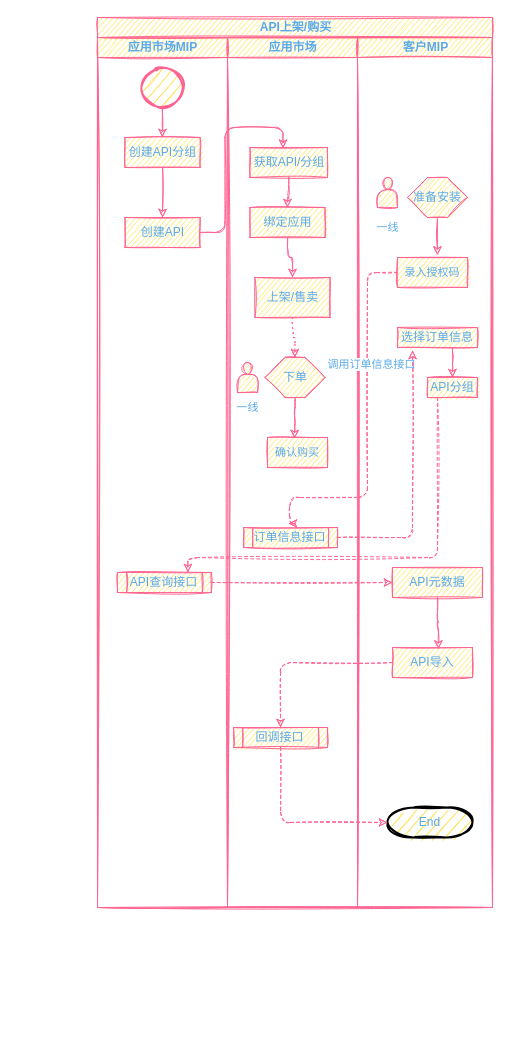
The draw.io diagram draw/mingyuan/应用市场对接.drawio in Gamain/diagrams, before the edit. Source tidied: cells renumbered, new cells numbered last; positions are measured from the earlier drawing's top-left corner, leaving out a move shared by most shapes. Both pictures are drawn from the tidied source at 100%, with x=0, y=0 at pixel (97, 17).
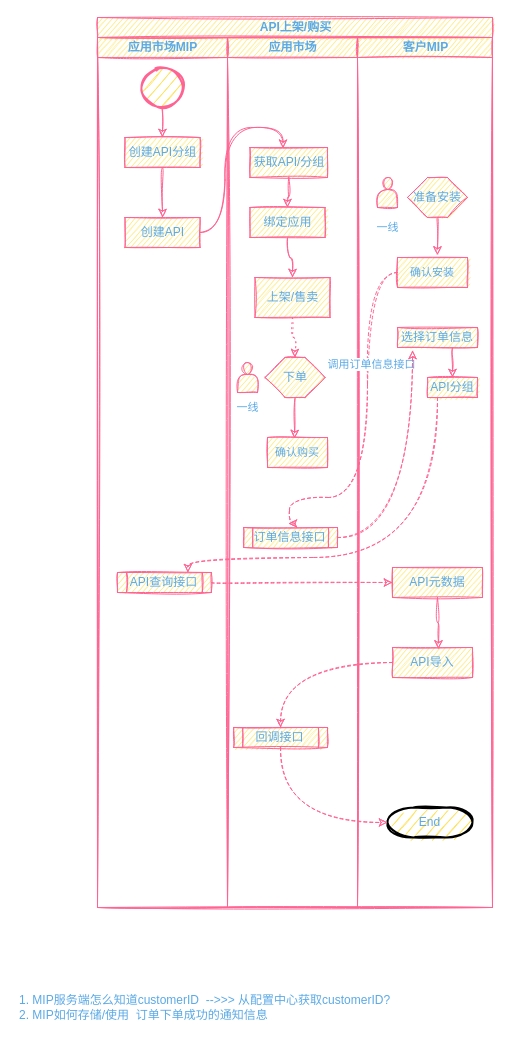
Above is the later version.

Commit message:
更新应用市场对接.drawio

The edit, as a diff of the source:
```diff
@@
-    <mxCell id="2" value="API上架/购买" style="swimlane;startSize=20;sketch=1;fontColor=#5AA9E6;strokeColor=#FF6392;fillColor=#FFE45E;html=1;" parent="1" vertex="1">
+    <mxCell id="2" value="API上架/购买" style="swimlane;startSize=20;fontColor=#5AA9E6;strokeColor=#FF6392;fillColor=#FFE45E;html=1;sketch=1;" parent="1" vertex="1">
       <mxGeometry width="395" height="890" as="geometry" />
     </mxCell>
-    <mxCell id="3" value="应用市场MIP" style="swimlane;startSize=20;sketch=1;fontColor=#5AA9E6;strokeColor=#FF6392;fillColor=#FFE45E;html=1;swimlaneFillColor=none;" parent="2" vertex="1">
+    <mxCell id="3" value="应用市场MIP" style="swimlane;startSize=20;fontColor=#5AA9E6;strokeColor=#FF6392;fillColor=#FFE45E;html=1;swimlaneFillColor=none;sketch=1;" parent="2" vertex="1">
       <mxGeometry y="20" width="130" height="870" as="geometry" />
     </mxCell>
-    <mxCell id="4" style="edgeStyle=orthogonalEdgeStyle;curved=0;rounded=1;sketch=1;jettySize=auto;html=1;exitX=0.5;exitY=1;exitDx=0;exitDy=0;exitPerimeter=0;entryX=0.5;entryY=0;entryDx=0;entryDy=0;fontColor=#5AA9E6;startSize=20;strokeColor=#FF6392;fillColor=#FFE45E;" parent="3" edge="1" source="5" target="7">
+    <mxCell id="4" style="edgeStyle=orthogonalEdgeStyle;jettySize=auto;html=1;exitX=0.5;exitY=1;exitDx=0;exitDy=0;exitPerimeter=0;entryX=0.5;entryY=0;entryDx=0;entryDy=0;fontColor=#5AA9E6;startSize=20;strokeColor=#FF6392;fillColor=#FFE45E;sketch=1;curved=1;" parent="3" edge="1" source="5" target="7">
       <mxGeometry relative="1" as="geometry" />
     </mxCell>
-    <mxCell id="5" style="strokeWidth=2;html=1;shape=mxgraph.flowchart.start_2;whiteSpace=wrap;sketch=1;fontColor=#5AA9E6;startSize=20;fillColor=#FFE45E;strokeColor=#FF6392;" parent="3" vertex="1">
+    <mxCell id="5" style="strokeWidth=2;html=1;shape=mxgraph.flowchart.start_2;whiteSpace=wrap;fontColor=#5AA9E6;startSize=20;fillColor=#FFE45E;strokeColor=#FF6392;sketch=1;" parent="3" vertex="1">
       <mxGeometry x="42.5" y="30" width="45" height="40" as="geometry" />
     </mxCell>
-    <mxCell id="6" style="edgeStyle=orthogonalEdgeStyle;curved=0;rounded=1;sketch=1;jettySize=auto;html=1;entryX=0.5;entryY=0;entryDx=0;entryDy=0;fontColor=#5AA9E6;startSize=20;strokeColor=#FF6392;fillColor=#FFE45E;" parent="3" edge="1" source="7" target="8">
+    <mxCell id="6" style="edgeStyle=orthogonalEdgeStyle;jettySize=auto;html=1;entryX=0.5;entryY=0;entryDx=0;entryDy=0;fontColor=#5AA9E6;startSize=20;strokeColor=#FF6392;fillColor=#FFE45E;sketch=1;curved=1;" parent="3" edge="1" source="7" target="8">
       <mxGeometry relative="1" as="geometry" />
     </mxCell>
-    <mxCell id="7" value="创建API分组" style="whiteSpace=wrap;html=1;sketch=1;fontColor=#5AA9E6;startSize=20;strokeColor=#FF6392;fillColor=#FFE45E;" parent="3" vertex="1">
+    <mxCell id="7" value="创建API分组" style="whiteSpace=wrap;html=1;fontColor=#5AA9E6;startSize=20;strokeColor=#FF6392;fillColor=#FFE45E;sketch=1;" parent="3" vertex="1">
       <mxGeometry x="27.5" y="100" width="75" height="30" as="geometry" />
     </mxCell>
-    <mxCell id="8" value="创建API" style="whiteSpace=wrap;html=1;sketch=1;fontColor=#5AA9E6;startSize=20;strokeColor=#FF6392;fillColor=#FFE45E;" parent="3" vertex="1">
+    <mxCell id="8" value="创建API" style="whiteSpace=wrap;html=1;fontColor=#5AA9E6;startSize=20;strokeColor=#FF6392;fillColor=#FFE45E;sketch=1;" parent="3" vertex="1">
       <mxGeometry x="27.5" y="180" width="75" height="30" as="geometry" />
     </mxCell>
-    <mxCell id="9" value="API查询接口" style="shape=process;whiteSpace=wrap;html=1;backgroundOutline=1;rounded=0;sketch=1;fontColor=#5AA9E6;strokeColor=#FF6392;fillColor=#FFE45E;" parent="3" vertex="1">
+    <mxCell id="9" value="API查询接口" style="shape=process;whiteSpace=wrap;html=1;backgroundOutline=1;fontColor=#5AA9E6;strokeColor=#FF6392;fillColor=#FFE45E;sketch=1;" parent="3" vertex="1">
       <mxGeometry x="20" y="535" width="93.8" height="20" as="geometry" />
     </mxCell>
-    <mxCell id="10" value="应用市场" style="swimlane;startSize=20;sketch=1;fontColor=#5AA9E6;strokeColor=#FF6392;fillColor=#FFE45E;html=1;" parent="2" vertex="1">
+    <mxCell id="10" value="应用市场" style="swimlane;startSize=20;fontColor=#5AA9E6;strokeColor=#FF6392;fillColor=#FFE45E;html=1;sketch=1;" parent="2" vertex="1">
       <mxGeometry x="130" y="20" width="130" height="870" as="geometry" />
     </mxCell>
-    <mxCell id="11" style="edgeStyle=orthogonalEdgeStyle;curved=0;rounded=1;sketch=1;jettySize=auto;html=1;entryX=0.5;entryY=0;entryDx=0;entryDy=0;fontColor=#5AA9E6;startSize=20;strokeColor=#FF6392;fillColor=#FFE45E;" parent="10" edge="1" source="12" target="14">
+    <mxCell id="11" style="edgeStyle=orthogonalEdgeStyle;jettySize=auto;html=1;entryX=0.5;entryY=0;entryDx=0;entryDy=0;fontColor=#5AA9E6;startSize=20;strokeColor=#FF6392;fillColor=#FFE45E;sketch=1;curved=1;" parent="10" edge="1" source="12" target="14">
       <mxGeometry relative="1" as="geometry" />
     </mxCell>
-    <mxCell id="12" value="获取API/分组" style="whiteSpace=wrap;html=1;sketch=1;fontColor=#5AA9E6;startSize=20;strokeColor=#FF6392;fillColor=#FFE45E;" parent="10" vertex="1">
+    <mxCell id="12" value="获取API/分组" style="whiteSpace=wrap;html=1;fontColor=#5AA9E6;startSize=20;strokeColor=#FF6392;fillColor=#FFE45E;sketch=1;" parent="10" vertex="1">
       <mxGeometry x="22.5" y="110" width="77.5" height="30" as="geometry" />
     </mxCell>
-    <mxCell id="13" style="edgeStyle=orthogonalEdgeStyle;curved=0;rounded=1;sketch=1;jettySize=auto;html=1;entryX=0.5;entryY=0;entryDx=0;entryDy=0;fontColor=#5AA9E6;startSize=20;strokeColor=#FF6392;fillColor=#FFE45E;" parent="10" edge="1" source="14" target="16">
+    <mxCell id="13" style="edgeStyle=orthogonalEdgeStyle;jettySize=auto;html=1;entryX=0.5;entryY=0;entryDx=0;entryDy=0;fontColor=#5AA9E6;startSize=20;strokeColor=#FF6392;fillColor=#FFE45E;sketch=1;curved=1;" parent="10" edge="1" source="14" target="16">
       <mxGeometry relative="1" as="geometry" />
     </mxCell>
-    <mxCell id="14" value="绑定应用" style="whiteSpace=wrap;html=1;sketch=1;fontColor=#5AA9E6;startSize=20;strokeColor=#FF6392;fillColor=#FFE45E;" parent="10" vertex="1">
+    <mxCell id="14" value="绑定应用" style="whiteSpace=wrap;html=1;fontColor=#5AA9E6;startSize=20;strokeColor=#FF6392;fillColor=#FFE45E;sketch=1;" parent="10" vertex="1">
       <mxGeometry x="22.5" y="170" width="75" height="30" as="geometry" />
     </mxCell>
-    <mxCell id="15" style="edgeStyle=orthogonalEdgeStyle;curved=0;rounded=1;sketch=1;jettySize=auto;html=1;entryX=0.5;entryY=0;entryDx=0;entryDy=0;fontSize=11;fontColor=#5AA9E6;startSize=20;strokeColor=#FF6392;fillColor=#FFE45E;dashed=1;dashPattern=1 4;" parent="10" edge="1" source="16" target="18">
+    <mxCell id="15" style="edgeStyle=orthogonalEdgeStyle;jettySize=auto;html=1;entryX=0.5;entryY=0;entryDx=0;entryDy=0;fontSize=11;fontColor=#5AA9E6;startSize=20;strokeColor=#FF6392;fillColor=#FFE45E;dashed=1;dashPattern=1 4;sketch=1;curved=1;" parent="10" edge="1" source="16" target="18">
       <mxGeometry relative="1" as="geometry" />
     </mxCell>
-    <mxCell id="16" value="上架/售卖" style="whiteSpace=wrap;html=1;sketch=1;fontColor=#5AA9E6;startSize=20;strokeColor=#FF6392;fillColor=#FFE45E;" parent="10" vertex="1">
+    <mxCell id="16" value="上架/售卖" style="whiteSpace=wrap;html=1;fontColor=#5AA9E6;startSize=20;strokeColor=#FF6392;fillColor=#FFE45E;sketch=1;" parent="10" vertex="1">
       <mxGeometry x="27.5" y="240" width="75" height="40" as="geometry" />
     </mxCell>
-    <mxCell id="17" style="edgeStyle=orthogonalEdgeStyle;curved=0;rounded=1;sketch=1;jettySize=auto;html=1;entryX=0.45;entryY=0.033;entryDx=0;entryDy=0;entryPerimeter=0;fontSize=11;fontColor=#5AA9E6;startSize=20;strokeColor=#FF6392;fillColor=#FFE45E;" parent="10" edge="1" source="18" target="20">
+    <mxCell id="17" style="edgeStyle=orthogonalEdgeStyle;jettySize=auto;html=1;entryX=0.45;entryY=0.033;entryDx=0;entryDy=0;entryPerimeter=0;fontSize=11;fontColor=#5AA9E6;startSize=20;strokeColor=#FF6392;fillColor=#FFE45E;sketch=1;curved=1;" parent="10" edge="1" source="18" target="20">
       <mxGeometry relative="1" as="geometry" />
     </mxCell>
-    <mxCell id="18" value="下单" style="shape=hexagon;perimeter=hexagonPerimeter2;whiteSpace=wrap;html=1;fixedSize=1;sketch=1;fontColor=#5AA9E6;startSize=20;strokeColor=#FF6392;fillColor=#FFE45E;" parent="10" vertex="1">
+    <mxCell id="18" value="下单" style="shape=hexagon;perimeter=hexagonPerimeter2;whiteSpace=wrap;html=1;fixedSize=1;fontColor=#5AA9E6;startSize=20;strokeColor=#FF6392;fillColor=#FFE45E;sketch=1;" parent="10" vertex="1">
       <mxGeometry x="37.5" y="320" width="60" height="40" as="geometry" />
     </mxCell>
-    <mxCell id="19" style="shape=actor;whiteSpace=wrap;html=1;sketch=1;fontColor=#5AA9E6;startSize=20;strokeColor=#FF6392;fillColor=#FFE45E;" parent="10" vertex="1">
+    <mxCell id="19" style="shape=actor;whiteSpace=wrap;html=1;fontColor=#5AA9E6;startSize=20;strokeColor=#FF6392;fillColor=#FFE45E;sketch=1;" parent="10" vertex="1">
       <mxGeometry x="10" y="325" width="20" height="30" as="geometry" />
     </mxCell>
-    <mxCell id="20" value="确认购买" style="whiteSpace=wrap;html=1;sketch=1;fontSize=11;fontColor=#5AA9E6;startSize=20;strokeColor=#FF6392;fillColor=#FFE45E;" parent="10" vertex="1">
+    <mxCell id="20" value="确认购买" style="whiteSpace=wrap;html=1;fontSize=11;fontColor=#5AA9E6;startSize=20;strokeColor=#FF6392;fillColor=#FFE45E;sketch=1;" parent="10" vertex="1">
       <mxGeometry x="40" y="400" width="60" height="30" as="geometry" />
     </mxCell>
-    <mxCell id="21" value="订单信息接口" style="shape=process;whiteSpace=wrap;html=1;backgroundOutline=1;rounded=0;sketch=1;fontColor=#5AA9E6;strokeColor=#FF6392;fillColor=#FFE45E;" parent="10" vertex="1">
+    <mxCell id="21" value="订单信息接口" style="shape=process;whiteSpace=wrap;html=1;backgroundOutline=1;fontColor=#5AA9E6;strokeColor=#FF6392;fillColor=#FFE45E;sketch=1;" parent="10" vertex="1">
       <mxGeometry x="16.2" y="490" width="93.8" height="20" as="geometry" />
     </mxCell>
-    <mxCell id="22" value="回调接口" style="shape=process;whiteSpace=wrap;html=1;backgroundOutline=1;rounded=0;sketch=1;fontColor=#5AA9E6;strokeColor=#FF6392;fillColor=#FFE45E;" parent="10" vertex="1">
+    <mxCell id="22" value="回调接口" style="shape=process;whiteSpace=wrap;html=1;backgroundOutline=1;fontColor=#5AA9E6;strokeColor=#FF6392;fillColor=#FFE45E;sketch=1;" parent="10" vertex="1">
       <mxGeometry x="6.2" y="690" width="93.8" height="20" as="geometry" />
     </mxCell>
-    <mxCell id="23" value="客户MIP" style="swimlane;startSize=20;sketch=1;fontColor=#5AA9E6;strokeColor=#FF6392;fillColor=#FFE45E;html=1;" parent="2" vertex="1">
+    <mxCell id="23" value="客户MIP" style="swimlane;startSize=20;fontColor=#5AA9E6;strokeColor=#FF6392;fillColor=#FFE45E;html=1;sketch=1;" parent="2" vertex="1">
       <mxGeometry x="260" y="20" width="135" height="870" as="geometry" />
     </mxCell>
-    <mxCell id="24" style="shape=actor;whiteSpace=wrap;html=1;sketch=1;fontColor=#5AA9E6;startSize=20;strokeColor=#FF6392;fillColor=#FFE45E;" parent="23" vertex="1">
+    <mxCell id="24" style="shape=actor;whiteSpace=wrap;html=1;fontColor=#5AA9E6;startSize=20;strokeColor=#FF6392;fillColor=#FFE45E;sketch=1;" parent="23" vertex="1">
       <mxGeometry x="20" y="140" width="20" height="30" as="geometry" />
     </mxCell>
-    <mxCell id="25" style="edgeStyle=orthogonalEdgeStyle;curved=0;rounded=1;sketch=1;jettySize=auto;html=1;entryX=0.571;entryY=-0.083;entryDx=0;entryDy=0;entryPerimeter=0;fontSize=11;fontColor=#5AA9E6;startSize=20;strokeColor=#FF6392;fillColor=#FFE45E;" parent="23" edge="1" source="26" target="27">
+    <mxCell id="25" style="edgeStyle=orthogonalEdgeStyle;jettySize=auto;html=1;entryX=0.571;entryY=-0.083;entryDx=0;entryDy=0;entryPerimeter=0;fontSize=11;fontColor=#5AA9E6;startSize=20;strokeColor=#FF6392;fillColor=#FFE45E;sketch=1;curved=1;" parent="23" edge="1" source="26" target="27">
       <mxGeometry relative="1" as="geometry" />
     </mxCell>
-    <mxCell id="26" value="准备安装" style="shape=hexagon;perimeter=hexagonPerimeter2;whiteSpace=wrap;html=1;fixedSize=1;sketch=1;fontColor=#5AA9E6;startSize=20;strokeColor=#FF6392;fillColor=#FFE45E;" parent="23" vertex="1">
+    <mxCell id="26" value="准备安装" style="shape=hexagon;perimeter=hexagonPerimeter2;whiteSpace=wrap;html=1;fixedSize=1;fontColor=#5AA9E6;startSize=20;strokeColor=#FF6392;fillColor=#FFE45E;sketch=1;" parent="23" vertex="1">
       <mxGeometry x="50" y="140" width="60" height="40" as="geometry" />
     </mxCell>
-    <mxCell id="27" value="录入授权码" style="whiteSpace=wrap;html=1;sketch=1;fontSize=11;fontColor=#5AA9E6;startSize=20;strokeColor=#FF6392;fillColor=#FFE45E;" parent="23" vertex="1">
+    <mxCell id="27" value="确认安装" style="whiteSpace=wrap;html=1;fontSize=11;fontColor=#5AA9E6;startSize=20;strokeColor=#FF6392;fillColor=#FFE45E;sketch=1;" parent="23" vertex="1">
       <mxGeometry x="40" y="220" width="70" height="30" as="geometry" />
     </mxCell>
-    <mxCell id="28" style="edgeStyle=orthogonalEdgeStyle;curved=0;rounded=1;sketch=1;jettySize=auto;html=1;entryX=0.5;entryY=0;entryDx=0;entryDy=0;fontColor=#5AA9E6;strokeColor=#FF6392;fillColor=#FFE45E;" parent="23" edge="1" source="29" target="30">
+    <mxCell id="28" style="edgeStyle=orthogonalEdgeStyle;jettySize=auto;html=1;entryX=0.5;entryY=0;entryDx=0;entryDy=0;fontColor=#5AA9E6;strokeColor=#FF6392;fillColor=#FFE45E;sketch=1;curved=1;" parent="23" edge="1" source="29" target="30">
       <mxGeometry relative="1" as="geometry">
         <Array as="points">
           <mxPoint x="95" y="320" />
           <mxPoint x="95" y="320" />
         </Array>
       </mxGeometry>
     </mxCell>
-    <mxCell id="29" value="选择订单信息" style="whiteSpace=wrap;html=1;rounded=0;sketch=1;fontColor=#5AA9E6;strokeColor=#FF6392;fillColor=#FFE45E;" parent="23" vertex="1">
+    <mxCell id="29" value="选择订单信息" style="whiteSpace=wrap;html=1;fontColor=#5AA9E6;strokeColor=#FF6392;fillColor=#FFE45E;sketch=1;" parent="23" vertex="1">
       <mxGeometry x="40" y="290" width="80" height="20" as="geometry" />
     </mxCell>
-    <mxCell id="30" value="API分组" style="whiteSpace=wrap;html=1;rounded=0;sketch=1;fontColor=#5AA9E6;strokeColor=#FF6392;fillColor=#FFE45E;" parent="23" vertex="1">
+    <mxCell id="30" value="API分组" style="whiteSpace=wrap;html=1;fontColor=#5AA9E6;strokeColor=#FF6392;fillColor=#FFE45E;sketch=1;" parent="23" vertex="1">
       <mxGeometry x="70" y="340" width="50" height="20" as="geometry" />
     </mxCell>
-    <mxCell id="31" style="edgeStyle=orthogonalEdgeStyle;curved=0;rounded=1;sketch=1;jettySize=auto;html=1;entryX=0.575;entryY=0.05;entryDx=0;entryDy=0;entryPerimeter=0;fontColor=#5AA9E6;strokeColor=#FF6392;fillColor=#FFE45E;" parent="23" edge="1" source="32" target="33">
+    <mxCell id="31" style="edgeStyle=orthogonalEdgeStyle;jettySize=auto;html=1;entryX=0.575;entryY=0.05;entryDx=0;entryDy=0;entryPerimeter=0;fontColor=#5AA9E6;strokeColor=#FF6392;fillColor=#FFE45E;sketch=1;curved=1;" parent="23" edge="1" source="32" target="33">
       <mxGeometry relative="1" as="geometry" />
     </mxCell>
-    <mxCell id="32" value="API元数据" style="whiteSpace=wrap;html=1;rounded=0;sketch=1;fontColor=#5AA9E6;strokeColor=#FF6392;fillColor=#FFE45E;" parent="23" vertex="1">
+    <mxCell id="32" value="API元数据" style="whiteSpace=wrap;html=1;fontColor=#5AA9E6;strokeColor=#FF6392;fillColor=#FFE45E;sketch=1;" parent="23" vertex="1">
       <mxGeometry x="35" y="530" width="90" height="30" as="geometry" />
     </mxCell>
-    <mxCell id="33" value="API导入" style="whiteSpace=wrap;html=1;rounded=0;sketch=1;fontColor=#5AA9E6;strokeColor=#FF6392;fillColor=#FFE45E;" parent="23" vertex="1">
+    <mxCell id="33" value="API导入" style="whiteSpace=wrap;html=1;fontColor=#5AA9E6;strokeColor=#FF6392;fillColor=#FFE45E;sketch=1;" parent="23" vertex="1">
       <mxGeometry x="35" y="610" width="80" height="30" as="geometry" />
     </mxCell>
-    <mxCell id="34" value="End" style="strokeWidth=2;html=1;shape=mxgraph.flowchart.terminator;whiteSpace=wrap;rounded=0;sketch=1;fontColor=#5AA9E6;fillColor=#FFE45E;" parent="23" vertex="1">
+    <mxCell id="34" value="End" style="strokeWidth=2;html=1;shape=mxgraph.flowchart.terminator;whiteSpace=wrap;fontColor=#5AA9E6;fillColor=#FFE45E;sketch=1;" parent="23" vertex="1">
       <mxGeometry x="30" y="770" width="85" height="30" as="geometry" />
     </mxCell>
-    <mxCell id="35" style="edgeStyle=orthogonalEdgeStyle;curved=0;rounded=1;sketch=1;jettySize=auto;html=1;entryX=0.427;entryY=0.025;entryDx=0;entryDy=0;entryPerimeter=0;fontColor=#5AA9E6;startSize=20;strokeColor=#FF6392;fillColor=#FFE45E;" parent="2" edge="1" source="8" target="12">
+    <mxCell id="35" style="edgeStyle=orthogonalEdgeStyle;jettySize=auto;html=1;entryX=0.427;entryY=0.025;entryDx=0;entryDy=0;entryPerimeter=0;fontColor=#5AA9E6;startSize=20;strokeColor=#FF6392;fillColor=#FFE45E;sketch=1;curved=1;" parent="2" edge="1" source="8" target="12">
       <mxGeometry relative="1" as="geometry" />
     </mxCell>
-    <mxCell id="36" style="edgeStyle=orthogonalEdgeStyle;curved=0;rounded=1;sketch=1;jettySize=auto;html=1;fontColor=#5AA9E6;strokeColor=#FF6392;fillColor=#FFE45E;entryX=0.477;entryY=-0.2;entryDx=0;entryDy=0;entryPerimeter=0;dashed=1;" parent="2" edge="1" source="27" target="21">
+    <mxCell id="36" style="edgeStyle=orthogonalEdgeStyle;jettySize=auto;html=1;fontColor=#5AA9E6;strokeColor=#FF6392;fillColor=#FFE45E;entryX=0.477;entryY=-0.2;entryDx=0;entryDy=0;entryPerimeter=0;dashed=1;sketch=1;curved=1;" parent="2" edge="1" source="27" target="21">
       <mxGeometry relative="1" as="geometry">
         <Array as="points">
           <mxPoint x="270" y="255" />
           <mxPoint x="270" y="480" />
           <mxPoint x="192" y="480" />
           <mxPoint x="192" y="506" />
         </Array>
       </mxGeometry>
     </mxCell>
-    <mxCell id="37" value="调用订单信息接口" style="edgeLabel;html=1;align=center;verticalAlign=middle;fontColor=#5AA9E6;textDirection=rtl;" parent="36" vertex="1">
+    <mxCell id="37" value="调用订单信息接口" style="edgeLabel;html=1;align=center;verticalAlign=middle;fontColor=#5AA9E6;textDirection=rtl;sketch=1;" parent="36" vertex="1">
       <mxGeometry x="-0.33" y="3" relative="1" as="geometry" />
     </mxCell>
-    <mxCell id="38" style="edgeStyle=orthogonalEdgeStyle;curved=0;rounded=1;sketch=1;jettySize=auto;html=1;fontColor=#5AA9E6;strokeColor=#FF6392;fillColor=#FFE45E;entryX=0.188;entryY=1.15;entryDx=0;entryDy=0;entryPerimeter=0;dashed=1;" parent="2" edge="1" source="21" target="29">
+    <mxCell id="38" style="edgeStyle=orthogonalEdgeStyle;jettySize=auto;html=1;fontColor=#5AA9E6;strokeColor=#FF6392;fillColor=#FFE45E;entryX=0.188;entryY=1.15;entryDx=0;entryDy=0;entryPerimeter=0;dashed=1;sketch=1;curved=1;" parent="2" edge="1" source="21" target="29">
       <mxGeometry relative="1" as="geometry" />
     </mxCell>
-    <mxCell id="39" style="edgeStyle=orthogonalEdgeStyle;curved=0;rounded=1;sketch=1;jettySize=auto;html=1;entryX=0.75;entryY=0;entryDx=0;entryDy=0;fontColor=#5AA9E6;strokeColor=#FF6392;fillColor=#FFE45E;dashed=1;" parent="2" edge="1" source="30" target="9">
+    <mxCell id="39" style="edgeStyle=orthogonalEdgeStyle;jettySize=auto;html=1;entryX=0.75;entryY=0;entryDx=0;entryDy=0;fontColor=#5AA9E6;strokeColor=#FF6392;fillColor=#FFE45E;dashed=1;sketch=1;curved=1;" parent="2" edge="1" source="30" target="9">
       <mxGeometry relative="1" as="geometry">
         <Array as="points">
           <mxPoint x="340" y="540" />
           <mxPoint x="90" y="540" />
         </Array>
       </mxGeometry>
     </mxCell>
-    <mxCell id="40" style="edgeStyle=orthogonalEdgeStyle;curved=0;rounded=1;sketch=1;jettySize=auto;html=1;entryX=0;entryY=0.5;entryDx=0;entryDy=0;dashed=1;fontColor=#5AA9E6;strokeColor=#FF6392;fillColor=#FFE45E;" parent="2" edge="1" source="9" target="32">
+    <mxCell id="40" style="edgeStyle=orthogonalEdgeStyle;jettySize=auto;html=1;entryX=0;entryY=0.5;entryDx=0;entryDy=0;dashed=1;fontColor=#5AA9E6;strokeColor=#FF6392;fillColor=#FFE45E;sketch=1;curved=1;" parent="2" edge="1" source="9" target="32">
       <mxGeometry relative="1" as="geometry" />
     </mxCell>
-    <mxCell id="41" style="edgeStyle=orthogonalEdgeStyle;curved=0;rounded=1;sketch=1;jettySize=auto;html=1;fontColor=#5AA9E6;strokeColor=#FF6392;fillColor=#FFE45E;dashed=1;" parent="2" edge="1" source="33" target="22">
+    <mxCell id="41" style="edgeStyle=orthogonalEdgeStyle;jettySize=auto;html=1;fontColor=#5AA9E6;strokeColor=#FF6392;fillColor=#FFE45E;dashed=1;sketch=1;curved=1;" parent="2" edge="1" source="33" target="22">
       <mxGeometry relative="1" as="geometry" />
     </mxCell>
-    <mxCell id="42" style="edgeStyle=orthogonalEdgeStyle;curved=0;rounded=1;sketch=1;jettySize=auto;html=1;entryX=0;entryY=0.5;entryDx=0;entryDy=0;entryPerimeter=0;fontColor=#5AA9E6;strokeColor=#FF6392;fillColor=#FFE45E;dashed=1;" parent="2" edge="1" source="22" target="34">
+    <mxCell id="42" style="edgeStyle=orthogonalEdgeStyle;jettySize=auto;html=1;entryX=0;entryY=0.5;entryDx=0;entryDy=0;entryPerimeter=0;fontColor=#5AA9E6;strokeColor=#FF6392;fillColor=#FFE45E;dashed=1;sketch=1;curved=1;" parent="2" edge="1" source="22" target="34">
       <mxGeometry relative="1" as="geometry">
         <Array as="points">
           <mxPoint x="183" y="805" />
         </Array>
       </mxGeometry>
     </mxCell>
-    <mxCell id="43" value="一线" style="text;html=1;align=center;verticalAlign=middle;strokeColor=none;fillColor=none;fontSize=11;fontColor=#5AA9E6;" parent="1" vertex="1">
+    <mxCell id="43" value="一线" style="text;html=1;align=center;verticalAlign=middle;strokeColor=none;fillColor=none;fontSize=11;fontColor=#5AA9E6;sketch=1;" parent="1" vertex="1">
       <mxGeometry x="130" y="380" width="40" height="20" as="geometry" />
     </mxCell>
-    <mxCell id="44" value="一线" style="text;html=1;align=center;verticalAlign=middle;strokeColor=none;fillColor=none;fontSize=11;fontColor=#5AA9E6;" parent="1" vertex="1">
+    <mxCell id="44" value="一线" style="text;html=1;align=center;verticalAlign=middle;strokeColor=none;fillColor=none;fontSize=11;fontColor=#5AA9E6;sketch=1;" parent="1" vertex="1">
       <mxGeometry x="270" y="200" width="40" height="20" as="geometry" />
     </mxCell>
+    <mxCell id="45" value="1. MIP服务端怎么知道customerID&amp;nbsp; --&amp;gt;&amp;gt;&amp;gt; 从配置中心获取customerID?&lt;br&gt;2. MIP如何存储/使用&amp;nbsp; 订单下单成功的通知信息" style="text;html=1;align=left;verticalAlign=middle;strokeColor=none;fillColor=none;fontColor=#5AA9E6;sketch=1;" parent="1" vertex="1">
+      <mxGeometry x="-80" y="975" width="390" height="30" as="geometry" />
+    </mxCell>
```
